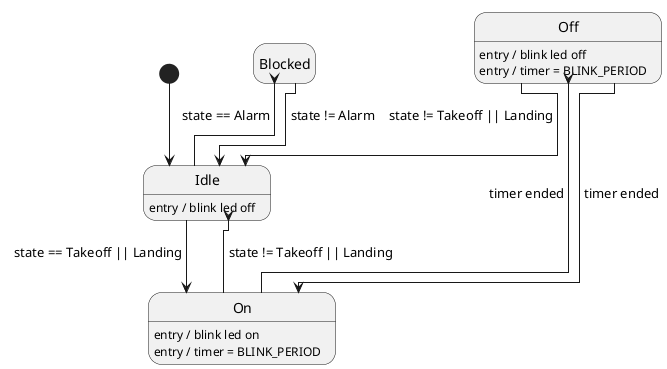
The PlantUML diagram assignments/02-sdh/docs/tasks/blink.png in the-real-deal/unibo-iot-didospita, before a commit.
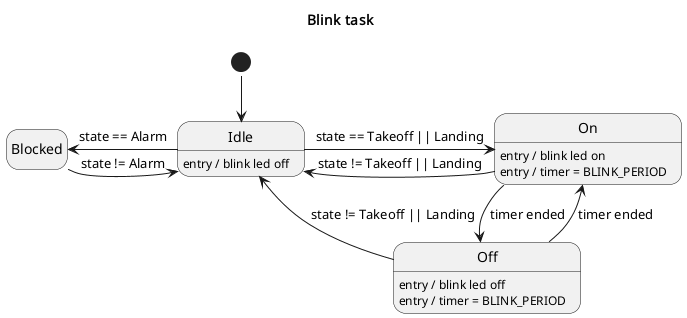
Later version of the same file.

Commit message:
docs: blink task diagram

The edit, as a diff of the source:
```diff
@@ -1,6 +1,8 @@
 @startuml BlinkTask
-!pragma layout elk
+!pragma layout smetana
 hide empty description
+
+title "Blink task"
 
 state start <<start>>
 
@@ -17,16 +19,17 @@
 off : entry / blink led off
 off : entry / timer = BLINK_PERIOD
 
-start --> idle
-idle --> on : state == Takeoff || Landing
+start -d-> idle
 
-idle --> blocked : state == Alarm
-blocked --> idle : state != Alarm
+idle -l-> blocked : state == Alarm
+blocked -r-> idle : state != Alarm
 
-on --> off : timer ended
-off --> on : timer ended
+idle -r-> on : state == Takeoff || Landing
 
-on --> idle : state != Takeoff || Landing
-off --> idle : state != Takeoff || Landing
+on -d-> off : timer ended
+off -u-> on : timer ended
+
+on -l-> idle : state != Takeoff || Landing
+off -l-> idle : state != Takeoff || Landing
 
 @enduml
```
